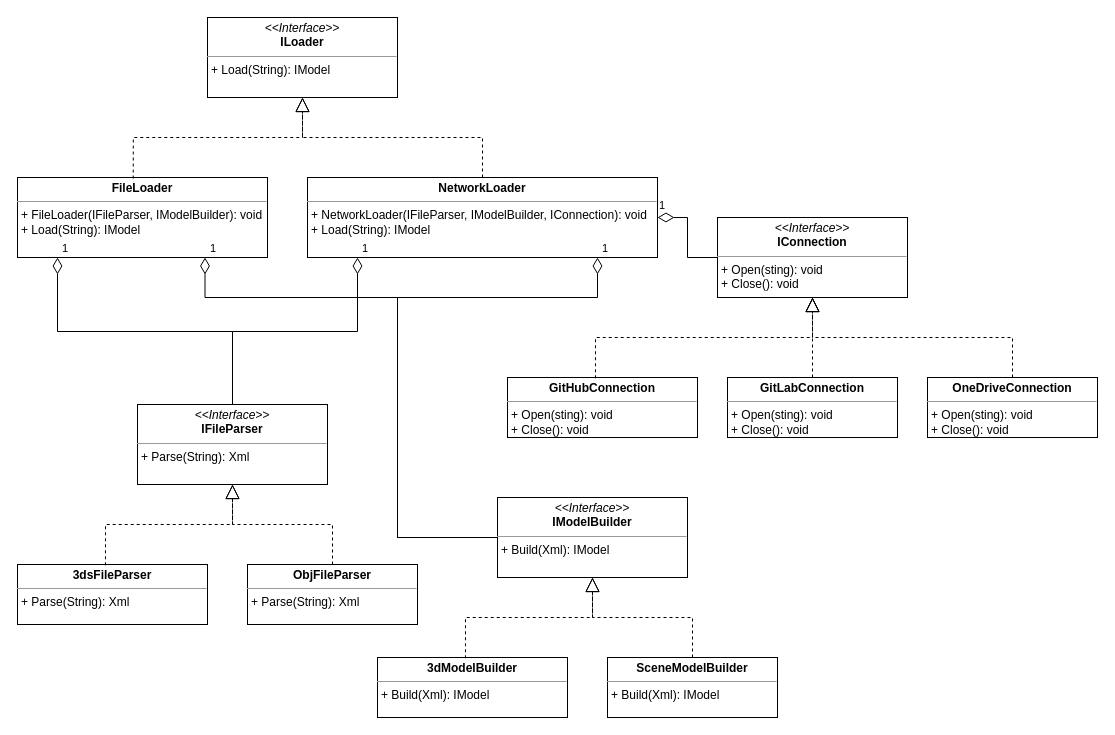
Earlier version of the draw.io diagram page "ModelPreservers" (3 of 3) of module_2/Classes.drawio (SheinEA/gb_architect). Source tidied: cells renumbered, new cells numbered last; positions are measured from the earlier drawing's top-left corner, leaving out a move shared by most shapes. Both pictures are drawn from the tidied source at 100%, with x=0, y=0 at pixel (17, 17).
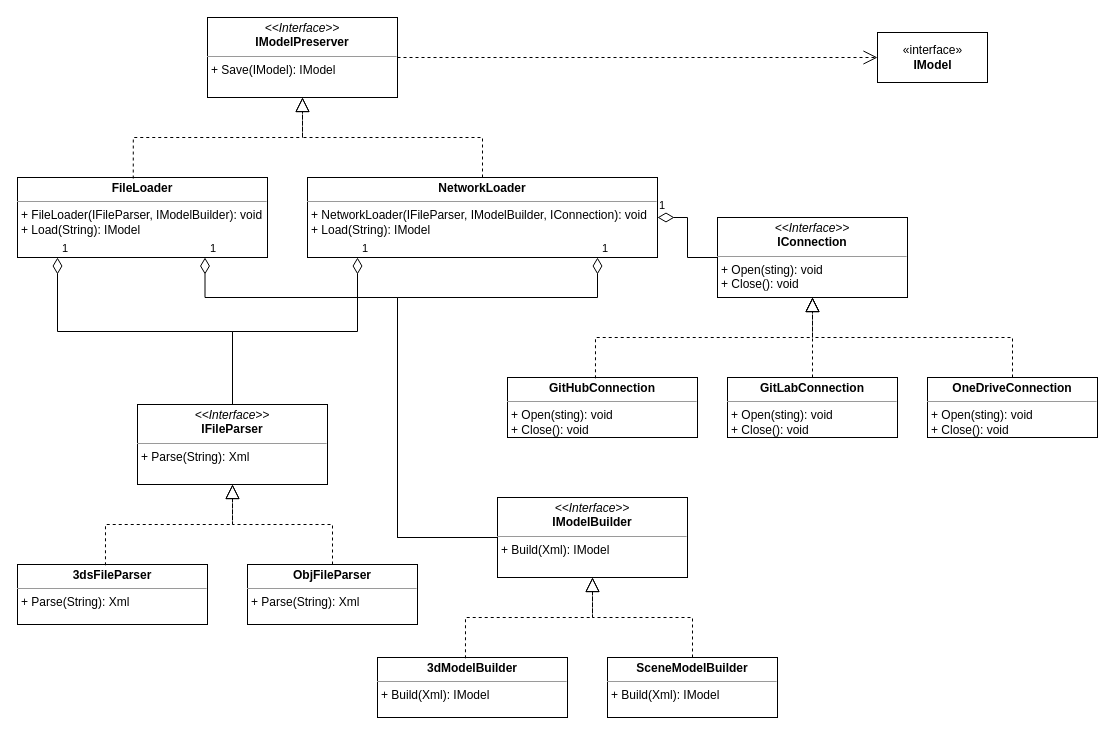
The same diagram, later.

The edit, as a diff of the source:
```diff
@@
-    <mxCell id="2" value="&lt;p style=&quot;margin: 0px ; margin-top: 4px ; text-align: center&quot;&gt;&lt;i&gt;&amp;lt;&amp;lt;Interface&amp;gt;&amp;gt;&lt;/i&gt;&lt;br&gt;&lt;b&gt;ILoader&lt;/b&gt;&lt;/p&gt;&lt;hr size=&quot;1&quot;&gt;&lt;p style=&quot;margin: 0px ; margin-left: 4px&quot;&gt;+ Load(String): IModel&lt;br&gt;&lt;/p&gt;" style="verticalAlign=top;align=left;overflow=fill;fontSize=12;fontFamily=Helvetica;html=1;" parent="1" vertex="1">
+    <mxCell id="2" value="&lt;p style=&quot;margin: 0px ; margin-top: 4px ; text-align: center&quot;&gt;&lt;i&gt;&amp;lt;&amp;lt;Interface&amp;gt;&amp;gt;&lt;/i&gt;&lt;br&gt;&lt;b&gt;IModelPreserver&lt;/b&gt;&lt;/p&gt;&lt;hr size=&quot;1&quot;&gt;&lt;p style=&quot;margin: 0px ; margin-left: 4px&quot;&gt;+ Save(IModel): IModel&lt;br&gt;&lt;/p&gt;" style="verticalAlign=top;align=left;overflow=fill;fontSize=12;fontFamily=Helvetica;html=1;" parent="1" vertex="1">
       <mxGeometry x="190" width="190" height="80" as="geometry" />
     </mxCell>
@@
+    <mxCell id="29" value="«interface»&lt;br&gt;&lt;b&gt;IModel&lt;/b&gt;" style="html=1;" parent="1" vertex="1">
+      <mxGeometry x="860" y="15" width="110" height="50" as="geometry" />
+    </mxCell>
+    <mxCell id="30" style="endArrow=open;endFill=1;endSize=12;html=1;edgeStyle=orthogonalEdgeStyle;rounded=0;dashed=1;" parent="1" edge="1" source="2" target="29">
+      <mxGeometry relative="1" as="geometry" />
+    </mxCell>
```
